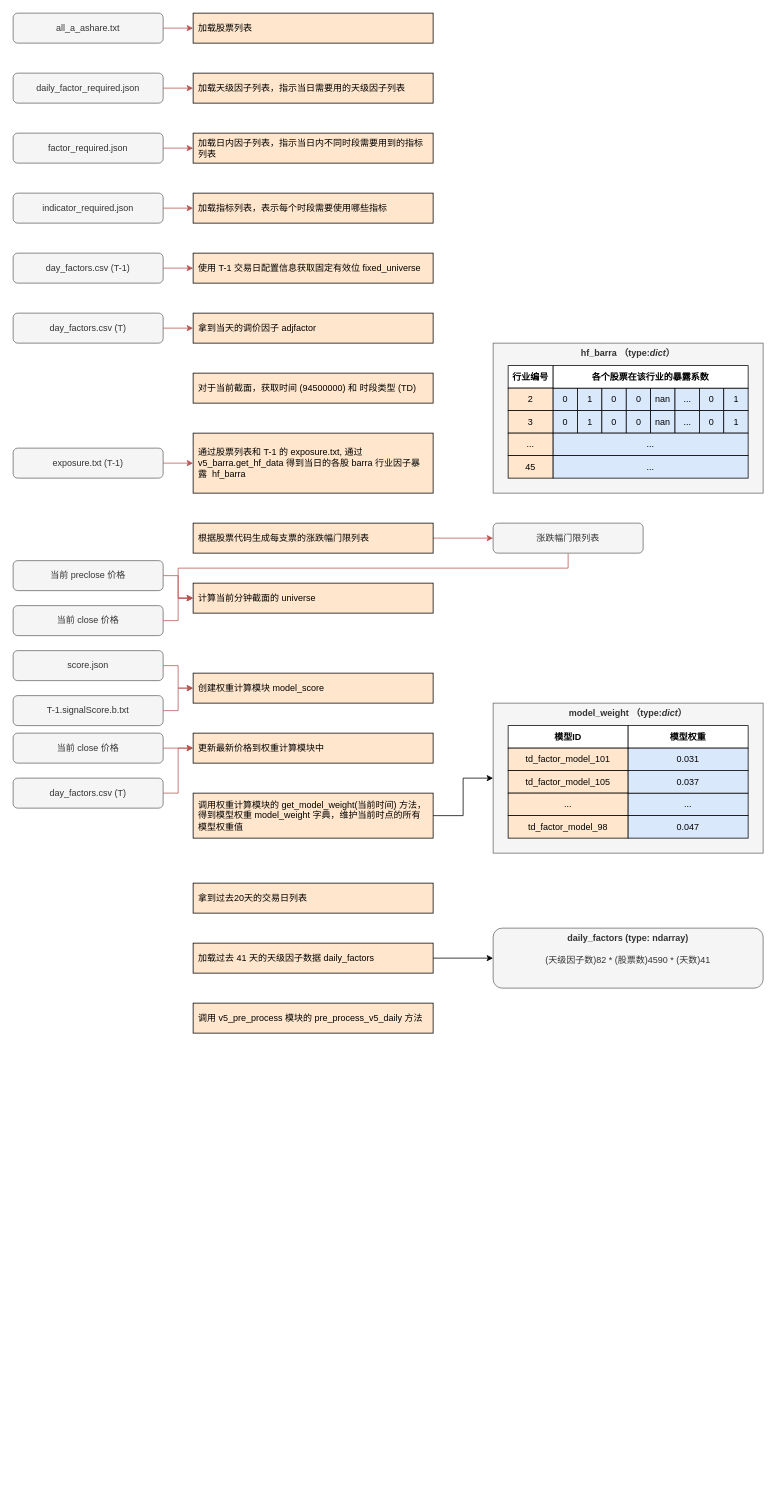
Above: gaalaxy.drawio in zhaxd123/drawio (draw.io), before the change. Source tidied: cells renumbered, new cells numbered last; positions are measured from the earlier drawing's top-left corner, leaving out a move shared by most shapes. Both pictures are drawn from the tidied source at 75%, with x=0, y=0 at pixel (13, 13).
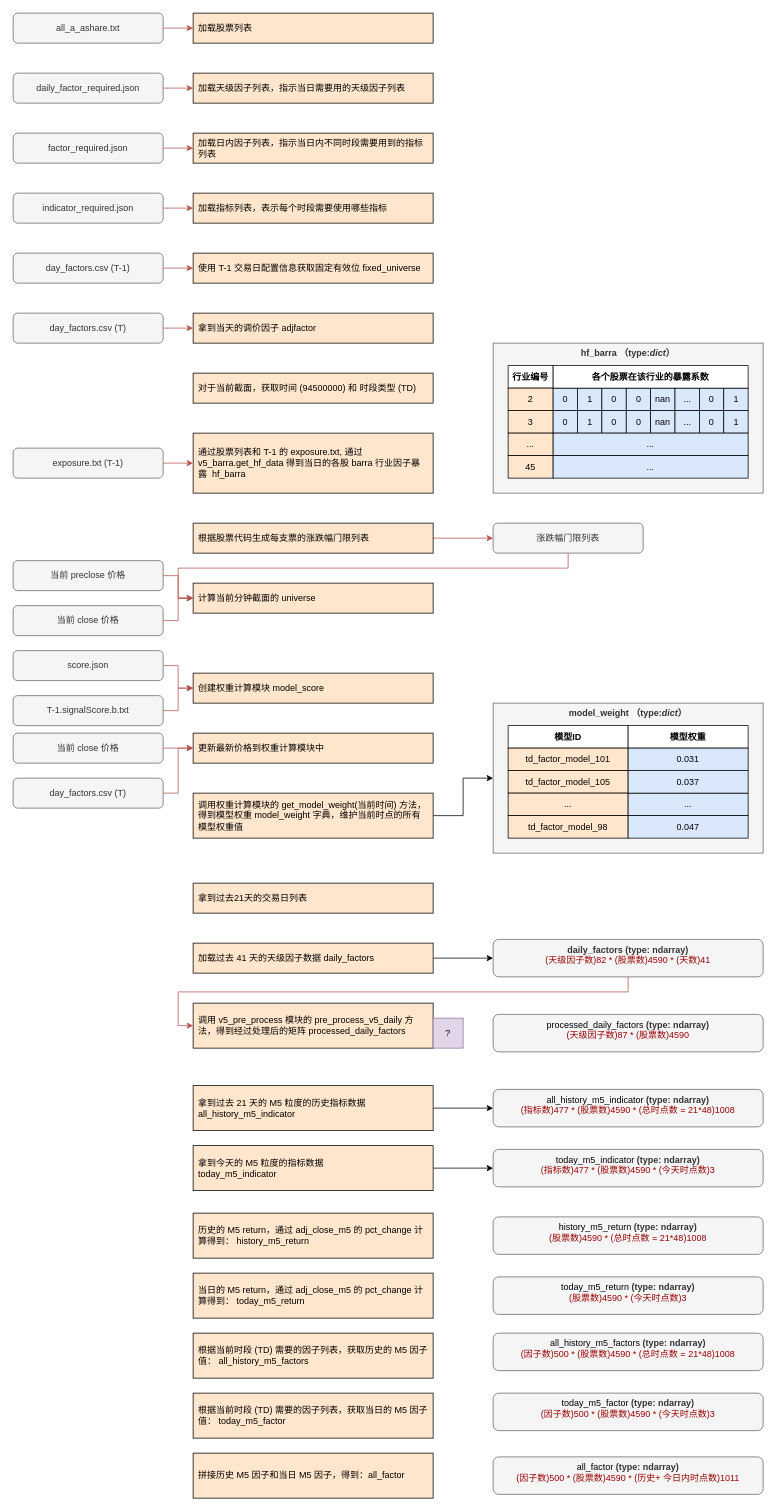
After the change.

What changed in the source:
```diff
@@
-    <mxCell id="83" value="拿到过去20天的交易日列表" style="rounded=0;whiteSpace=wrap;html=1;align=left;spacingLeft=5;spacingRight=5;spacingTop=2;spacingBottom=2;fillColor=#ffe6cc;strokeColor=#000000;" parent="1" vertex="1">
+    <mxCell id="83" value="拿到过去21天的交易日列表" style="rounded=0;whiteSpace=wrap;html=1;align=left;spacingLeft=5;spacingRight=5;spacingTop=2;spacingBottom=2;fillColor=#ffe6cc;strokeColor=#000000;" parent="1" vertex="1">
       <mxGeometry x="240" y="1160" width="320" height="40" as="geometry" />
     </mxCell>
@@
-    <mxCell id="86" value="调用&amp;nbsp;v5_pre_process&amp;nbsp;模块的 pre_process_v5_daily&amp;nbsp;方法" style="rounded=0;whiteSpace=wrap;html=1;align=left;spacingLeft=5;spacingRight=5;spacingTop=2;spacingBottom=2;fillColor=#ffe6cc;strokeColor=#000000;" parent="1" vertex="1">
-      <mxGeometry x="240" y="1320" width="320" height="40" as="geometry" />
+    <mxCell id="86" value="调用&amp;nbsp;v5_pre_process&amp;nbsp;模块的 pre_process_v5_daily&amp;nbsp;方法，得到经过处理后的矩阵&amp;nbsp;processed_daily_factors" style="rounded=0;whiteSpace=wrap;html=1;align=left;spacingLeft=5;spacingRight=5;spacingTop=2;spacingBottom=2;fillColor=#ffe6cc;strokeColor=#000000;" parent="1" vertex="1">
+      <mxGeometry x="240" y="1320" width="320" height="60" as="geometry" />
     </mxCell>
+    <mxCell id="88" style="edgeStyle=orthogonalEdgeStyle;rounded=0;jettySize=auto;html=1;exitX=0.5;exitY=1;exitDx=0;exitDy=0;entryX=0;entryY=0.5;entryDx=0;entryDy=0;fillColor=#f8cecc;strokeColor=#b85450;" parent="1" edge="1" source="87" target="86">
+      <mxGeometry relative="1" as="geometry">
+        <Array as="points">
+          <mxPoint x="820" y="1305" />
+          <mxPoint x="220" y="1305" />
+          <mxPoint x="220" y="1350" />
+        </Array>
+      </mxGeometry>
+    </mxCell>
-    <mxCell id="87" value="&lt;span style=&quot;text-align: left;&quot;&gt;&lt;b&gt;daily_factors (type: ndarray)&lt;/b&gt;&lt;/span&gt;&lt;div&gt;&lt;span style=&quot;text-align: left;&quot;&gt;&lt;br&gt;&lt;/span&gt;&lt;/div&gt;&lt;div&gt;&lt;span style=&quot;text-align: left;&quot;&gt;(天级因子数)82 * (股票数)4590 * (天数)41&lt;/span&gt;&lt;/div&gt;" style="rounded=1;whiteSpace=wrap;html=1;verticalAlign=top;fillColor=#f5f5f5;fontColor=#333333;strokeColor=#666666;" parent="1" vertex="1">
-      <mxGeometry x="640" y="1220" width="360" height="80" as="geometry" />
+    <mxCell id="87" value="&lt;span style=&quot;text-align: left;&quot;&gt;&lt;b&gt;daily_factors (type: ndarray)&lt;/b&gt;&lt;/span&gt;&lt;div&gt;&lt;div&gt;&lt;span style=&quot;text-align: left;&quot;&gt;&lt;font style=&quot;color: rgb(153, 0, 0);&quot;&gt;(天级因子数)82 * (股票数)4590 * (天数)41&lt;/font&gt;&lt;/span&gt;&lt;/div&gt;&lt;/div&gt;" style="rounded=1;whiteSpace=wrap;html=1;verticalAlign=top;fillColor=#f5f5f5;fontColor=#333333;strokeColor=#666666;" parent="1" vertex="1">
+      <mxGeometry x="640" y="1235" width="360" height="50" as="geometry" />
     </mxCell>
+    <mxCell id="89" value="?" style="rounded=0;whiteSpace=wrap;html=1;fillColor=#e1d5e7;strokeColor=#9673a6;" parent="1" vertex="1">
+      <mxGeometry x="560" y="1340" width="40" height="40" as="geometry" />
+    </mxCell>
+    <mxCell id="90" value="&lt;span style=&quot;color: rgb(0, 0, 0); text-align: left;&quot;&gt;processed_daily_factors&amp;nbsp;&lt;/span&gt;&lt;span style=&quot;text-align: left;&quot;&gt;&lt;b&gt;(type: ndarray)&lt;/b&gt;&lt;/span&gt;&lt;div&gt;&lt;span style=&quot;text-align: left;&quot;&gt;&lt;font style=&quot;color: rgb(153, 0, 0);&quot;&gt;(天级因子数)87 * (股票数)4590&lt;/font&gt;&lt;/span&gt;&lt;/div&gt;" style="rounded=1;whiteSpace=wrap;html=1;verticalAlign=top;fillColor=#f5f5f5;fontColor=#333333;strokeColor=#666666;" parent="1" vertex="1">
+      <mxGeometry x="640" y="1335" width="360" height="50" as="geometry" />
+    </mxCell>
+    <mxCell id="91" style="edgeStyle=orthogonalEdgeStyle;rounded=0;jettySize=auto;html=1;exitX=1;exitY=0.5;exitDx=0;exitDy=0;" parent="1" edge="1" source="92" target="93">
+      <mxGeometry relative="1" as="geometry" />
+    </mxCell>
+    <mxCell id="92" value="拿到过去 21 天的 M5&amp;nbsp;粒度的历史指标数据&lt;div&gt;all_history_m5_indicator&amp;nbsp;&lt;/div&gt;" style="rounded=0;whiteSpace=wrap;html=1;align=left;spacingLeft=5;spacingRight=5;spacingTop=2;spacingBottom=2;fillColor=#ffe6cc;strokeColor=#000000;" parent="1" vertex="1">
+      <mxGeometry x="240" y="1430" width="320" height="60" as="geometry" />
+    </mxCell>
+    <mxCell id="93" value="&lt;span style=&quot;color: rgb(0, 0, 0); text-align: left;&quot;&gt;all_history_m5_indicator&amp;nbsp;&lt;/span&gt;&lt;span style=&quot;text-align: left;&quot;&gt;&lt;b&gt;(type: ndarray)&lt;/b&gt;&lt;/span&gt;&lt;div&gt;&lt;span style=&quot;text-align: left;&quot;&gt;&lt;font style=&quot;color: rgb(153, 0, 0);&quot;&gt;(指标数)477 * (股票数)4590 * (总时点数 = 21*48)1008&lt;/font&gt;&lt;/span&gt;&lt;/div&gt;" style="rounded=1;whiteSpace=wrap;html=1;verticalAlign=top;fillColor=#f5f5f5;fontColor=#333333;strokeColor=#666666;" parent="1" vertex="1">
+      <mxGeometry x="640" y="1435" width="360" height="50" as="geometry" />
+    </mxCell>
+    <mxCell id="94" style="edgeStyle=orthogonalEdgeStyle;rounded=0;jettySize=auto;html=1;exitX=1;exitY=0.5;exitDx=0;exitDy=0;" parent="1" edge="1" source="95" target="96">
+      <mxGeometry relative="1" as="geometry" />
+    </mxCell>
+    <mxCell id="95" value="拿到今天的 M5&amp;nbsp;粒度的指标数据&lt;div&gt;today_m5_indicator&amp;nbsp;&lt;/div&gt;" style="rounded=0;whiteSpace=wrap;html=1;align=left;spacingLeft=5;spacingRight=5;spacingTop=2;spacingBottom=2;fillColor=#ffe6cc;strokeColor=#000000;" parent="1" vertex="1">
+      <mxGeometry x="240" y="1510" width="320" height="60" as="geometry" />
+    </mxCell>
+    <mxCell id="96" value="&lt;span style=&quot;color: rgb(0, 0, 0); text-align: left;&quot;&gt;today_m5_indicator&amp;nbsp;&lt;/span&gt;&lt;span style=&quot;text-align: left;&quot;&gt;&lt;b&gt;(type: ndarray)&lt;/b&gt;&lt;/span&gt;&lt;div&gt;&lt;span style=&quot;text-align: left;&quot;&gt;&lt;font style=&quot;color: rgb(153, 0, 0);&quot;&gt;(指标数)477 * (股票数)4590 * (今天时点数)3&lt;/font&gt;&lt;/span&gt;&lt;/div&gt;" style="rounded=1;whiteSpace=wrap;html=1;verticalAlign=top;fillColor=#f5f5f5;fontColor=#333333;strokeColor=#666666;" parent="1" vertex="1">
+      <mxGeometry x="640" y="1515" width="360" height="50" as="geometry" />
+    </mxCell>
+    <mxCell id="97" value="历史的 M5 return，通过 adj_close_m5 的 pct_change 计算得到： history_m5_return" style="rounded=0;whiteSpace=wrap;html=1;align=left;spacingLeft=5;spacingRight=5;spacingTop=2;spacingBottom=2;fillColor=#ffe6cc;strokeColor=#000000;" parent="1" vertex="1">
+      <mxGeometry x="240" y="1600" width="320" height="60" as="geometry" />
+    </mxCell>
+    <mxCell id="98" value="&lt;span style=&quot;color: rgb(0, 0, 0); text-align: left;&quot;&gt;history_m5_return&amp;nbsp;&lt;/span&gt;&lt;span style=&quot;text-align: left;&quot;&gt;&lt;b&gt;(type: ndarray)&lt;/b&gt;&lt;/span&gt;&lt;div&gt;&lt;span style=&quot;text-align: left;&quot;&gt;&lt;font style=&quot;color: rgb(153, 0, 0);&quot;&gt;(股票数)4590 * (总时点数 = 21*48)1008&lt;/font&gt;&lt;/span&gt;&lt;/div&gt;" style="rounded=1;whiteSpace=wrap;html=1;verticalAlign=top;fillColor=#f5f5f5;fontColor=#333333;strokeColor=#666666;" parent="1" vertex="1">
+      <mxGeometry x="640" y="1605" width="360" height="50" as="geometry" />
+    </mxCell>
+    <mxCell id="99" value="当日的 M5 return，通过 adj_close_m5 的 pct_change 计算得到： today_m5_return" style="rounded=0;whiteSpace=wrap;html=1;align=left;spacingLeft=5;spacingRight=5;spacingTop=2;spacingBottom=2;fillColor=#ffe6cc;strokeColor=#000000;" parent="1" vertex="1">
+      <mxGeometry x="240" y="1680" width="320" height="60" as="geometry" />
+    </mxCell>
+    <mxCell id="100" value="&lt;span style=&quot;color: rgb(0, 0, 0); text-align: left;&quot;&gt;today_m5_return&amp;nbsp;&lt;/span&gt;&lt;span style=&quot;text-align: left;&quot;&gt;&lt;b&gt;(type: ndarray)&lt;/b&gt;&lt;/span&gt;&lt;div&gt;&lt;span style=&quot;text-align: left;&quot;&gt;&lt;font style=&quot;color: rgb(153, 0, 0);&quot;&gt;(股票数)4590 * (今天时点数)3&lt;/font&gt;&lt;/span&gt;&lt;/div&gt;" style="rounded=1;whiteSpace=wrap;html=1;verticalAlign=top;fillColor=#f5f5f5;fontColor=#333333;strokeColor=#666666;" parent="1" vertex="1">
+      <mxGeometry x="640" y="1685" width="360" height="50" as="geometry" />
+    </mxCell>
+    <mxCell id="101" value="根据当前时段 (TD) 需要的因子列表，获取历史的 M5 因子值： all_history_m5_factors" style="rounded=0;whiteSpace=wrap;html=1;align=left;spacingLeft=5;spacingRight=5;spacingTop=2;spacingBottom=2;fillColor=#ffe6cc;strokeColor=#000000;" parent="1" vertex="1">
+      <mxGeometry x="240" y="1760" width="320" height="60" as="geometry" />
+    </mxCell>
+    <mxCell id="102" value="&lt;span style=&quot;color: rgb(0, 0, 0); text-align: left;&quot;&gt;all_history_m5_factors&amp;nbsp;&lt;/span&gt;&lt;span style=&quot;text-align: left;&quot;&gt;&lt;b&gt;(type: ndarray)&lt;/b&gt;&lt;/span&gt;&lt;div&gt;&lt;span style=&quot;text-align: left;&quot;&gt;&lt;font style=&quot;color: rgb(153, 0, 0);&quot;&gt;(因子数)500 * (股票数)4590 *&amp;nbsp;&lt;/font&gt;&lt;/span&gt;&lt;span style=&quot;color: rgb(153, 0, 0); text-align: left; background-color: transparent;&quot;&gt;(总时点数 = 21*48)1008&lt;/span&gt;&lt;/div&gt;" style="rounded=1;whiteSpace=wrap;html=1;verticalAlign=top;fillColor=#f5f5f5;fontColor=#333333;strokeColor=#666666;" parent="1" vertex="1">
+      <mxGeometry x="640" y="1760" width="360" height="50" as="geometry" />
+    </mxCell>
+    <mxCell id="103" value="根据当前时段 (TD) 需要的因子列表，获取当日的 M5 因子值： today_m5_factor" style="rounded=0;whiteSpace=wrap;html=1;align=left;spacingLeft=5;spacingRight=5;spacingTop=2;spacingBottom=2;fillColor=#ffe6cc;strokeColor=#000000;" parent="1" vertex="1">
+      <mxGeometry x="240" y="1840" width="320" height="60" as="geometry" />
+    </mxCell>
+    <mxCell id="104" value="&lt;span style=&quot;color: rgb(0, 0, 0); text-align: left;&quot;&gt;today_m5_factor&amp;nbsp;&lt;/span&gt;&lt;span style=&quot;text-align: left;&quot;&gt;&lt;b&gt;(type: ndarray)&lt;/b&gt;&lt;/span&gt;&lt;div&gt;&lt;span style=&quot;text-align: left;&quot;&gt;&lt;font style=&quot;color: rgb(153, 0, 0);&quot;&gt;(因子数)500 * (股票数)4590 *&amp;nbsp;&lt;/font&gt;&lt;/span&gt;&lt;span style=&quot;color: rgb(153, 0, 0); text-align: left; background-color: transparent;&quot;&gt;(今天时点数)3&lt;/span&gt;&lt;/div&gt;" style="rounded=1;whiteSpace=wrap;html=1;verticalAlign=top;fillColor=#f5f5f5;fontColor=#333333;strokeColor=#666666;" parent="1" vertex="1">
+      <mxGeometry x="640" y="1840" width="360" height="50" as="geometry" />
+    </mxCell>
+    <mxCell id="105" value="拼接历史 M5 因子和当日 M5 因子，得到：&lt;span style=&quot;background-color: transparent; color: light-dark(rgb(0, 0, 0), rgb(255, 255, 255));&quot;&gt;all_factor&lt;/span&gt;" style="rounded=0;whiteSpace=wrap;html=1;align=left;spacingLeft=5;spacingRight=5;spacingTop=2;spacingBottom=2;fillColor=#ffe6cc;strokeColor=#000000;" parent="1" vertex="1">
+      <mxGeometry x="240" y="1920" width="320" height="60" as="geometry" />
+    </mxCell>
+    <mxCell id="106" value="&lt;span style=&quot;color: rgb(0, 0, 0); text-align: left;&quot;&gt;all_factor&amp;nbsp;&lt;/span&gt;&lt;span style=&quot;text-align: left;&quot;&gt;&lt;b&gt;(type: ndarray)&lt;/b&gt;&lt;/span&gt;&lt;div&gt;&lt;span style=&quot;text-align: left;&quot;&gt;&lt;font style=&quot;color: rgb(153, 0, 0);&quot;&gt;(因子数)500 * (股票数)4590 *&amp;nbsp;&lt;/font&gt;&lt;/span&gt;&lt;span style=&quot;color: rgb(153, 0, 0); text-align: left; background-color: transparent;&quot;&gt;(历史+ 今日内时点数)1011&lt;/span&gt;&lt;/div&gt;" style="rounded=1;whiteSpace=wrap;html=1;verticalAlign=top;fillColor=#f5f5f5;fontColor=#333333;strokeColor=#666666;" parent="1" vertex="1">
+      <mxGeometry x="640" y="1925" width="360" height="50" as="geometry" />
+    </mxCell>
```
